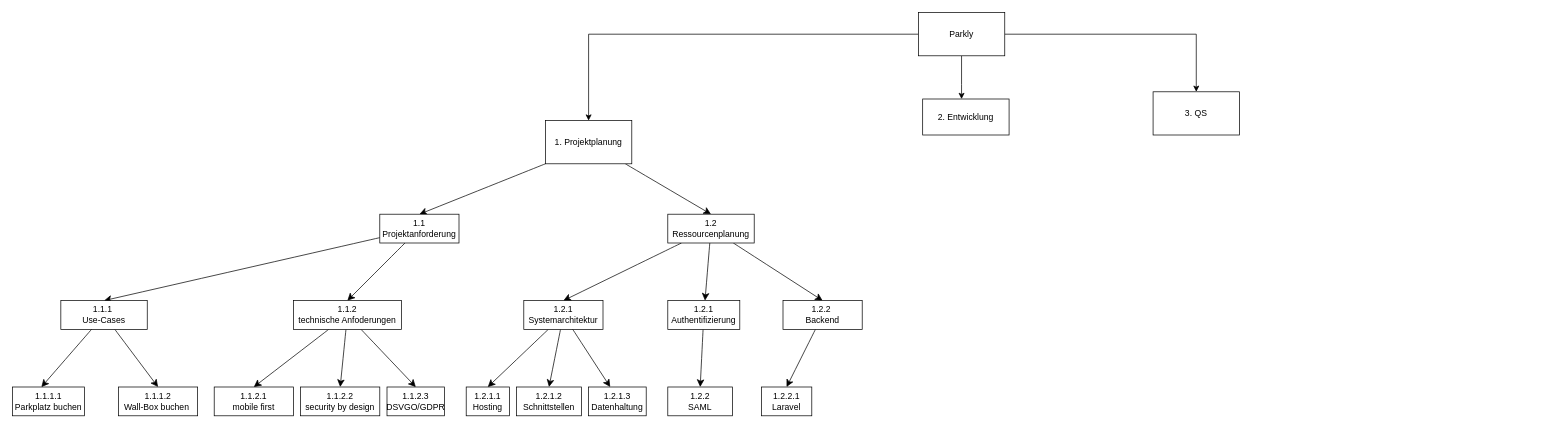
Earlier version of the draw.io diagram Unbenanntes Diagramm.drawio (TmNiklas/TmNiklas). Source tidied: cells renumbered, new cells numbered last; positions are measured from the earlier drawing's top-left corner, leaving out a move shared by most shapes. Both pictures are drawn from the tidied source at 72%, with x=0, y=0 at pixel (12, 12).
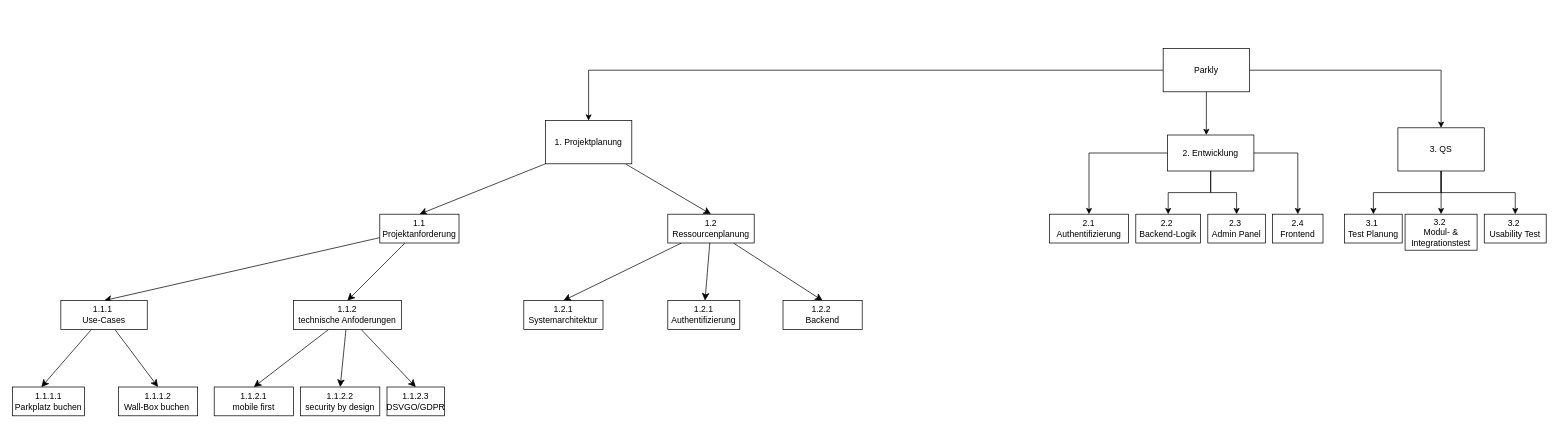
After the change.

The change refers to these unchanged cells:
```xml
<mxCell id="19" value="1.2.1 Authentifizierung" style="rounded=0;whiteSpace=wrap;html=1;" parent="1" vertex="1">
  <mxGeometry x="910" y="400" width="100" height="40" as="geometry" />
</mxCell>
<mxCell id="21" value="1.2.2&amp;nbsp;&lt;div&gt;Backend&lt;/div&gt;" style="rounded=0;whiteSpace=wrap;html=1;" parent="1" vertex="1">
  <mxGeometry x="1070" y="400" width="110" height="40" as="geometry" />
</mxCell>
<mxCell id="24" value="1.2.1 Systemarchitektur" style="rounded=0;whiteSpace=wrap;html=1;" parent="1" vertex="1">
  <mxGeometry x="710" y="400" width="110" height="40" as="geometry" />
</mxCell>
```

Change to the diagram source:
```diff
@@
     <mxCell id="3" style="edgeStyle=orthogonalEdgeStyle;rounded=0;jettySize=auto;html=1;" parent="1" edge="1" source="5" target="9">
       <mxGeometry relative="1" as="geometry">
         <Array as="points">
-          <mxPoint x="1318" y="100" />
-          <mxPoint x="1318" y="100" />
+          <mxPoint x="1658" y="150" />
+          <mxPoint x="1658" y="150" />
         </Array>
       </mxGeometry>
     </mxCell>
@@
     <mxCell id="5" value="Parkly" style="rounded=0;whiteSpace=wrap;html=1;" parent="1" vertex="1">
-      <mxGeometry x="1258" width="120" height="60" as="geometry" />
+      <mxGeometry x="1598" y="50" width="120" height="60" as="geometry" />
     </mxCell>
@@
+    <mxCell id="43" style="edgeStyle=orthogonalEdgeStyle;rounded=0;jettySize=auto;html=1;entryX=0.5;entryY=0;entryDx=0;entryDy=0;" parent="1" edge="1" source="9" target="50">
+      <mxGeometry relative="1" as="geometry" />
+    </mxCell>
+    <mxCell id="44" style="edgeStyle=orthogonalEdgeStyle;rounded=0;jettySize=auto;html=1;entryX=0.5;entryY=0;entryDx=0;entryDy=0;" parent="1" edge="1" source="9" target="51">
+      <mxGeometry relative="1" as="geometry" />
+    </mxCell>
+    <mxCell id="45" style="edgeStyle=orthogonalEdgeStyle;rounded=0;jettySize=auto;html=1;entryX=0.5;entryY=0;entryDx=0;entryDy=0;" parent="1" edge="1" source="9" target="52">
+      <mxGeometry relative="1" as="geometry" />
+    </mxCell>
+    <mxCell id="46" style="edgeStyle=orthogonalEdgeStyle;rounded=0;jettySize=auto;html=1;entryX=0.5;entryY=0;entryDx=0;entryDy=0;" parent="1" edge="1" source="9" target="53">
+      <mxGeometry relative="1" as="geometry" />
+    </mxCell>
     <mxCell id="9" value="2. Entwicklung" style="rounded=0;whiteSpace=wrap;html=1;" parent="1" vertex="1">
-      <mxGeometry x="1264" y="120" width="120" height="50" as="geometry" />
+      <mxGeometry x="1604" y="170" width="120" height="50" as="geometry" />
     </mxCell>
+    <mxCell id="47" style="edgeStyle=orthogonalEdgeStyle;rounded=0;jettySize=auto;html=1;" parent="1" edge="1" source="10" target="54">
+      <mxGeometry relative="1" as="geometry" />
+    </mxCell>
+    <mxCell id="48" style="edgeStyle=orthogonalEdgeStyle;rounded=0;jettySize=auto;html=1;entryX=0.5;entryY=0;entryDx=0;entryDy=0;" parent="1" edge="1" source="10" target="55">
+      <mxGeometry relative="1" as="geometry" />
+    </mxCell>
+    <mxCell id="49" style="edgeStyle=orthogonalEdgeStyle;rounded=0;jettySize=auto;html=1;entryX=0.5;entryY=0;entryDx=0;entryDy=0;" parent="1" edge="1" source="10" target="56">
+      <mxGeometry relative="1" as="geometry" />
+    </mxCell>
     <mxCell id="10" value="3. QS" style="rounded=0;whiteSpace=wrap;html=1;" parent="1" vertex="1">
-      <mxGeometry x="1584" y="110" width="120" height="60" as="geometry" />
+      <mxGeometry x="1924" y="160" width="120" height="60" as="geometry" />
     </mxCell>
@@
-    <mxCell id="18" style="edgeStyle=none;curved=1;rounded=0;jettySize=auto;html=1;entryX=0.5;entryY=0;entryDx=0;entryDy=0;fontSize=12;startSize=8;endSize=8;" parent="1" edge="1" source="19" target="41">
-      <mxGeometry relative="1" as="geometry" />
-    </mxCell>
@@
-    <mxCell id="20" style="edgeStyle=none;curved=1;rounded=0;jettySize=auto;html=1;entryX=0.5;entryY=0;entryDx=0;entryDy=0;fontSize=12;startSize=8;endSize=8;" parent="1" edge="1" source="21" target="42">
-      <mxGeometry relative="1" as="geometry" />
-    </mxCell>
@@
-    <mxCell id="22" style="edgeStyle=none;curved=1;rounded=0;jettySize=auto;html=1;entryX=0.5;entryY=0;entryDx=0;entryDy=0;fontSize=12;startSize=8;endSize=8;" parent="1" edge="1" source="24" target="36">
-      <mxGeometry relative="1" as="geometry" />
-    </mxCell>
-    <mxCell id="23" style="edgeStyle=none;curved=1;rounded=0;jettySize=auto;html=1;entryX=0.5;entryY=0;entryDx=0;entryDy=0;fontSize=12;startSize=8;endSize=8;" parent="1" edge="1" source="24" target="37">
-      <mxGeometry relative="1" as="geometry" />
-    </mxCell>
@@
-    <mxCell id="36" value="1.2.1.1&lt;div&gt;Hosting&lt;/div&gt;" style="rounded=0;whiteSpace=wrap;html=1;" parent="1" vertex="1">
-      <mxGeometry x="630" y="520" width="60" height="40" as="geometry" />
-    </mxCell>
-    <mxCell id="37" value="1.2.1.2&lt;div&gt;Schnittstellen&lt;/div&gt;" style="rounded=0;whiteSpace=wrap;html=1;" parent="1" vertex="1">
-      <mxGeometry x="700" y="520" width="90" height="40" as="geometry" />
-    </mxCell>
@@
-    <mxCell id="39" value="1.2.1.3&lt;div&gt;Datenhaltung&lt;/div&gt;" style="rounded=0;whiteSpace=wrap;html=1;" parent="1" vertex="1">
-      <mxGeometry x="800" y="520" width="80" height="40" as="geometry" />
-    </mxCell>
-    <mxCell id="40" style="edgeStyle=none;curved=1;rounded=0;jettySize=auto;html=1;entryX=0.375;entryY=0;entryDx=0;entryDy=0;entryPerimeter=0;fontSize=12;startSize=8;endSize=8;" parent="1" edge="1" source="24" target="39">
-      <mxGeometry relative="1" as="geometry" />
-    </mxCell>
-    <mxCell id="41" value="1.2.2&lt;div&gt;SAML&lt;/div&gt;" style="rounded=0;whiteSpace=wrap;html=1;" parent="1" vertex="1">
-      <mxGeometry x="910" y="520" width="90" height="40" as="geometry" />
-    </mxCell>
-    <mxCell id="42" value="1.2.2.1&lt;div&gt;Laravel&lt;/div&gt;" style="rounded=0;whiteSpace=wrap;html=1;" parent="1" vertex="1">
-      <mxGeometry x="1040" y="520" width="70" height="40" as="geometry" />
-    </mxCell>
+    <mxCell id="50" value="2.1&lt;div&gt;Authentifizierung&lt;/div&gt;" style="rounded=0;whiteSpace=wrap;html=1;" parent="1" vertex="1">
+      <mxGeometry x="1440" y="280" width="110" height="40" as="geometry" />
+    </mxCell>
+    <mxCell id="51" value="2.2&amp;nbsp;&lt;div&gt;Backend-Logik&lt;/div&gt;" style="rounded=0;whiteSpace=wrap;html=1;" parent="1" vertex="1">
+      <mxGeometry x="1560" y="280" width="90" height="40" as="geometry" />
+    </mxCell>
+    <mxCell id="52" value="2.3&amp;nbsp;&lt;div&gt;Admin Panel&lt;/div&gt;" style="rounded=0;whiteSpace=wrap;html=1;" parent="1" vertex="1">
+      <mxGeometry x="1660" y="280" width="80" height="40" as="geometry" />
+    </mxCell>
+    <mxCell id="53" value="2.4&lt;div&gt;Frontend&lt;/div&gt;" style="rounded=0;whiteSpace=wrap;html=1;" parent="1" vertex="1">
+      <mxGeometry x="1750" y="280" width="70" height="40" as="geometry" />
+    </mxCell>
+    <mxCell id="54" value="3.1&amp;nbsp;&lt;div&gt;Test Planung&lt;/div&gt;" style="rounded=0;whiteSpace=wrap;html=1;" parent="1" vertex="1">
+      <mxGeometry x="1850" y="280" width="80" height="40" as="geometry" />
+    </mxCell>
+    <mxCell id="55" value="3.2&amp;nbsp;&lt;div&gt;Modul- &amp;amp; Integrationstest&lt;/div&gt;" style="rounded=0;whiteSpace=wrap;html=1;" parent="1" vertex="1">
+      <mxGeometry x="1934" y="280" width="100" height="50" as="geometry" />
+    </mxCell>
+    <mxCell id="56" value="3.2&amp;nbsp;&lt;div&gt;Usability Test&lt;/div&gt;" style="rounded=0;whiteSpace=wrap;html=1;" parent="1" vertex="1">
+      <mxGeometry x="2044" y="280" width="86" height="40" as="geometry" />
+    </mxCell>
```
